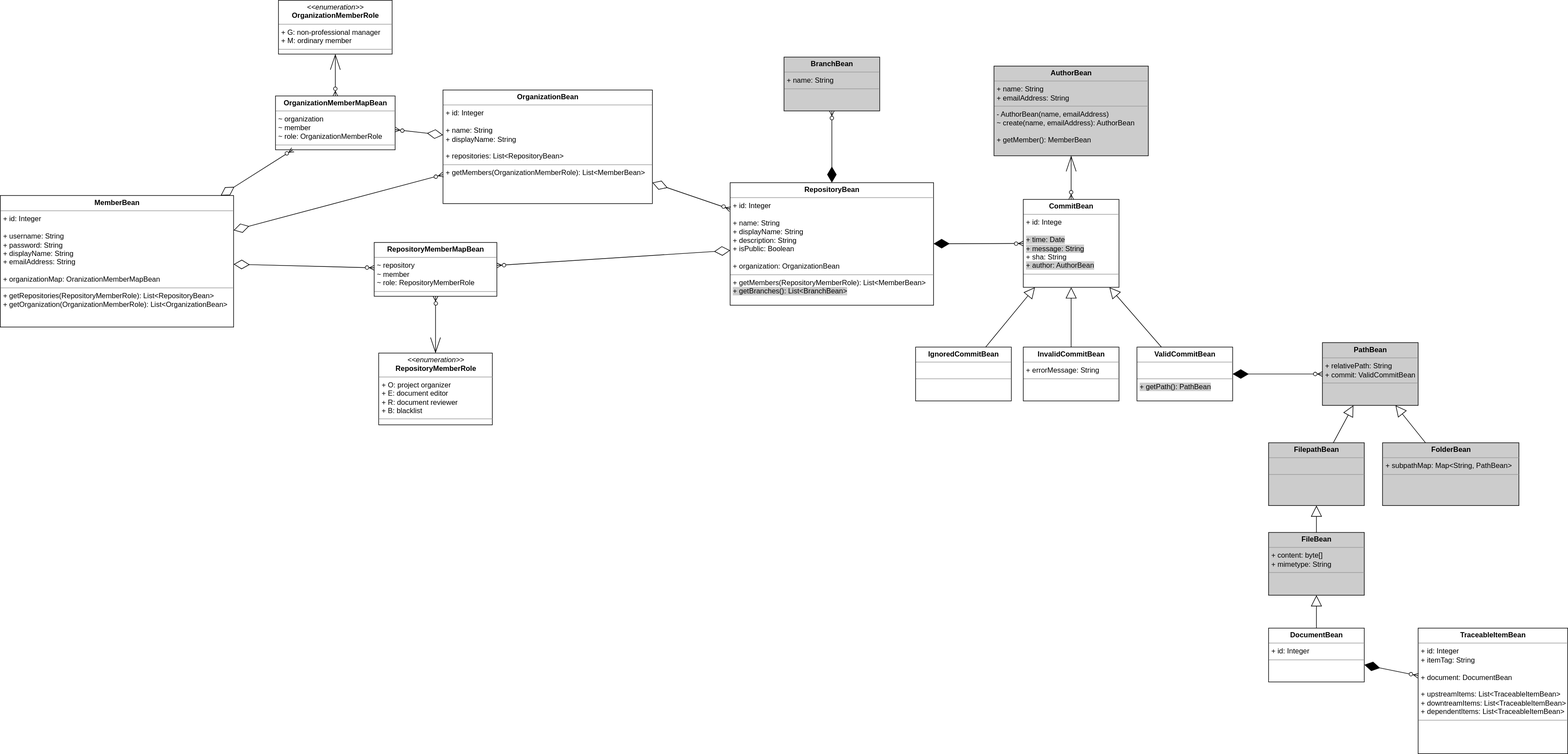
gitenter/gitenter keeps this draw.io diagram as doc/design/domain-model/domain-model.svg. Above is the earlier version. Source tidied: cells renumbered, new cells last; positions are measured from the earlier drawing's top-left corner, leaving out a move shared by most shapes.
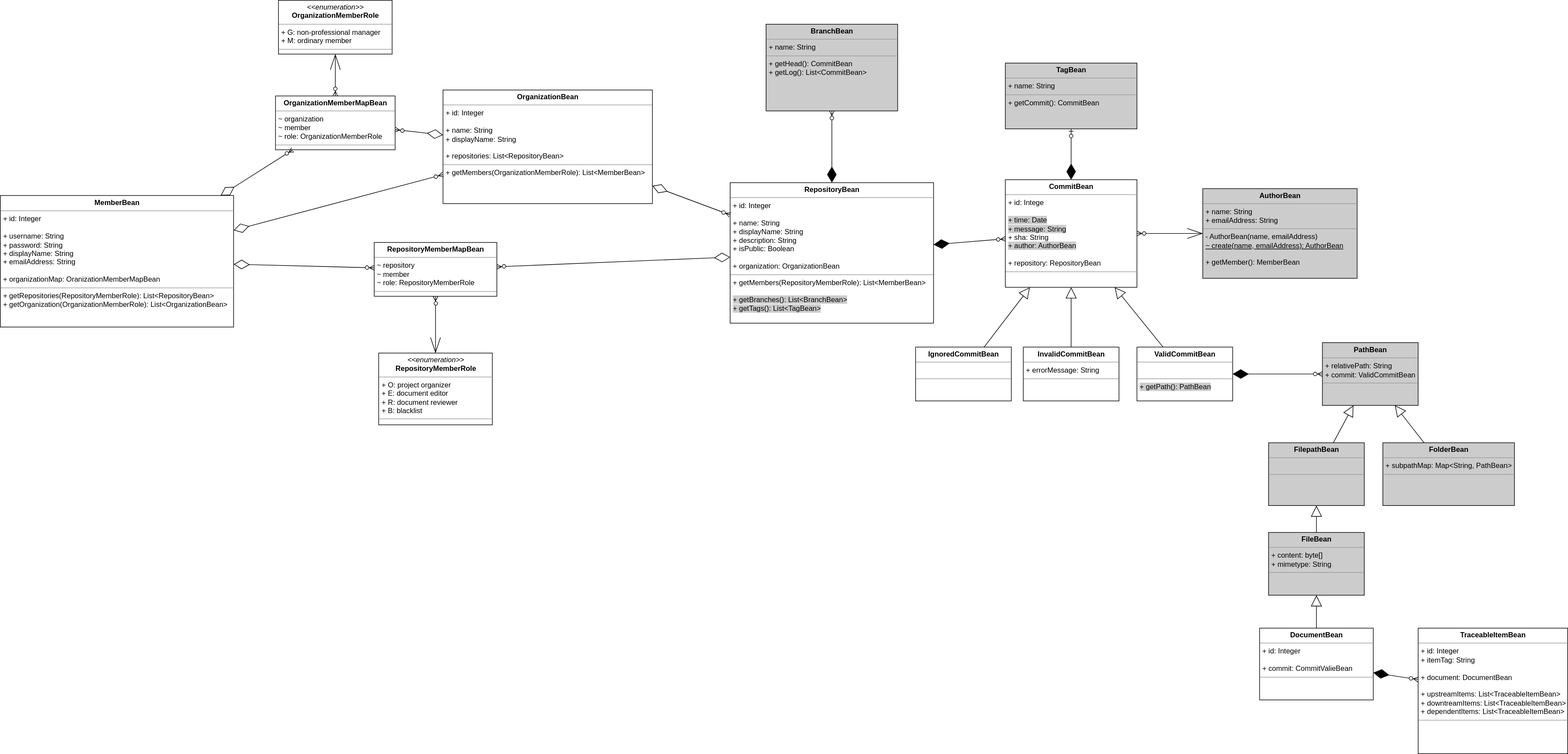
After the change.

Commit message:
Update domain model

What changed in the source:
```diff
@@ -11,8 +11,8 @@
     <mxCell id="4" value="&lt;p style=&quot;margin: 0px ; margin-top: 4px ; text-align: center&quot;&gt;&lt;b&gt;OrganizationBean&lt;/b&gt;&lt;/p&gt;&lt;hr size=&quot;1&quot;&gt;&lt;p style=&quot;margin: 0px ; margin-left: 4px&quot;&gt;+ id: Integer&lt;/p&gt;&lt;p style=&quot;margin: 0px ; margin-left: 4px&quot;&gt;&lt;br&gt;&lt;/p&gt;&lt;p style=&quot;margin: 0px ; margin-left: 4px&quot;&gt;+ name: String&lt;/p&gt;&lt;p style=&quot;margin: 0px ; margin-left: 4px&quot;&gt;+ displayName: String&lt;/p&gt;&lt;p style=&quot;margin: 0px ; margin-left: 4px&quot;&gt;&lt;br&gt;&lt;/p&gt;&lt;p style=&quot;margin: 0px ; margin-left: 4px&quot;&gt;+ repositories: List&amp;lt;RepositoryBean&amp;gt;&lt;/p&gt;&lt;hr size=&quot;1&quot;&gt;&lt;p style=&quot;margin: 0px ; margin-left: 4px&quot;&gt;+ getMembers(OrganizationMemberRole): List&amp;lt;MemberBean&amp;gt;&lt;/p&gt;" style="verticalAlign=top;align=left;overflow=fill;fontSize=12;fontFamily=Helvetica;html=1;" parent="1" vertex="1">
       <mxGeometry x="740" y="150" width="350" height="190" as="geometry" />
     </mxCell>
-    <mxCell id="5" value="&lt;p style=&quot;margin: 0px ; margin-top: 4px ; text-align: center&quot;&gt;&lt;b&gt;RepositoryBean&lt;/b&gt;&lt;/p&gt;&lt;hr size=&quot;1&quot;&gt;&lt;p style=&quot;margin: 0px ; margin-left: 4px&quot;&gt;+ id: Integer&lt;/p&gt;&lt;p style=&quot;margin: 0px ; margin-left: 4px&quot;&gt;&lt;br&gt;&lt;/p&gt;&lt;p style=&quot;margin: 0px ; margin-left: 4px&quot;&gt;+ name: String&lt;/p&gt;&lt;p style=&quot;margin: 0px ; margin-left: 4px&quot;&gt;+ displayName: String&lt;/p&gt;&lt;p style=&quot;margin: 0px ; margin-left: 4px&quot;&gt;+ description: String&lt;/p&gt;&lt;p style=&quot;margin: 0px ; margin-left: 4px&quot;&gt;+ isPublic: Boolean&lt;/p&gt;&lt;p style=&quot;margin: 0px ; margin-left: 4px&quot;&gt;&lt;br&gt;&lt;/p&gt;&lt;p style=&quot;margin: 0px ; margin-left: 4px&quot;&gt;+ organization: OrganizationBean&lt;/p&gt;&lt;hr size=&quot;1&quot;&gt;&lt;p style=&quot;margin: 0px ; margin-left: 4px&quot;&gt;+ getMembers(RepositoryMemberRole): List&amp;lt;MemberBean&amp;gt;&lt;/p&gt;&lt;p style=&quot;margin: 0px ; margin-left: 4px&quot;&gt;&lt;span style=&quot;background-color: rgb(204 , 204 , 204)&quot;&gt;+ getBranches(): List&amp;lt;BranchBean&amp;gt;&lt;/span&gt;&lt;/p&gt;" style="verticalAlign=top;align=left;overflow=fill;fontSize=12;fontFamily=Helvetica;html=1;" parent="1" vertex="1">
-      <mxGeometry x="1220" y="305" width="340" height="205" as="geometry" />
+    <mxCell id="5" value="&lt;p style=&quot;margin: 0px ; margin-top: 4px ; text-align: center&quot;&gt;&lt;b&gt;RepositoryBean&lt;/b&gt;&lt;/p&gt;&lt;hr size=&quot;1&quot;&gt;&lt;p style=&quot;margin: 0px ; margin-left: 4px&quot;&gt;+ id: Integer&lt;/p&gt;&lt;p style=&quot;margin: 0px ; margin-left: 4px&quot;&gt;&lt;br&gt;&lt;/p&gt;&lt;p style=&quot;margin: 0px ; margin-left: 4px&quot;&gt;+ name: String&lt;/p&gt;&lt;p style=&quot;margin: 0px ; margin-left: 4px&quot;&gt;+ displayName: String&lt;/p&gt;&lt;p style=&quot;margin: 0px ; margin-left: 4px&quot;&gt;+ description: String&lt;/p&gt;&lt;p style=&quot;margin: 0px ; margin-left: 4px&quot;&gt;+ isPublic: Boolean&lt;/p&gt;&lt;p style=&quot;margin: 0px ; margin-left: 4px&quot;&gt;&lt;br&gt;&lt;/p&gt;&lt;p style=&quot;margin: 0px ; margin-left: 4px&quot;&gt;+ organization: OrganizationBean&lt;/p&gt;&lt;hr size=&quot;1&quot;&gt;&lt;p style=&quot;margin: 0px ; margin-left: 4px&quot;&gt;+ getMembers(RepositoryMemberRole): List&amp;lt;MemberBean&amp;gt;&lt;/p&gt;&lt;p style=&quot;margin: 0px ; margin-left: 4px&quot;&gt;&lt;span style=&quot;background-color: rgb(204 , 204 , 204)&quot;&gt;&lt;br&gt;&lt;/span&gt;&lt;/p&gt;&lt;p style=&quot;margin: 0px ; margin-left: 4px&quot;&gt;&lt;span style=&quot;background-color: rgb(204 , 204 , 204)&quot;&gt;+ getBranches(): List&amp;lt;BranchBean&amp;gt;&lt;/span&gt;&lt;/p&gt;&lt;p style=&quot;margin: 0px ; margin-left: 4px&quot;&gt;&lt;span style=&quot;background-color: rgb(204 , 204 , 204)&quot;&gt;+ getTags(): List&amp;lt;TagBean&amp;gt;&lt;/span&gt;&lt;/p&gt;" style="verticalAlign=top;align=left;overflow=fill;fontSize=12;fontFamily=Helvetica;html=1;" parent="1" vertex="1">
+      <mxGeometry x="1220" y="305" width="340" height="235" as="geometry" />
     </mxCell>
     <mxCell id="6" value="&lt;p style=&quot;margin: 0px ; margin-top: 4px ; text-align: center&quot;&gt;&lt;b&gt;RepositoryMemberMapBean&lt;/b&gt;&lt;/p&gt;&lt;hr size=&quot;1&quot;&gt;&lt;p style=&quot;margin: 0px ; margin-left: 4px&quot;&gt;~ repository&lt;/p&gt;&lt;p style=&quot;margin: 0px ; margin-left: 4px&quot;&gt;~ member&lt;/p&gt;&lt;p style=&quot;margin: 0px ; margin-left: 4px&quot;&gt;~ role: RepositoryMemberRole&lt;/p&gt;&lt;hr size=&quot;1&quot;&gt;&lt;p style=&quot;margin: 0px ; margin-left: 4px&quot;&gt;&lt;br&gt;&lt;/p&gt;" style="verticalAlign=top;align=left;overflow=fill;fontSize=12;fontFamily=Helvetica;html=1;" parent="1" vertex="1">
       <mxGeometry x="625" y="405" width="205" height="90" as="geometry" />
@@ -23,14 +23,14 @@
     <mxCell id="8" value="&lt;p style=&quot;margin: 0px ; margin-top: 4px ; text-align: center&quot;&gt;&lt;i&gt;&amp;lt;&amp;lt;enumeration&amp;gt;&amp;gt;&lt;/i&gt;&lt;br&gt;&lt;b&gt;OrganizationMemberRole&lt;/b&gt;&lt;/p&gt;&lt;hr size=&quot;1&quot;&gt;&lt;p style=&quot;margin: 0px ; margin-left: 4px&quot;&gt;+ G: non-professional manager&lt;br&gt;&lt;/p&gt;&lt;p style=&quot;margin: 0px ; margin-left: 4px&quot;&gt;+ M: ordinary member&lt;/p&gt;&lt;hr size=&quot;1&quot;&gt;&lt;p style=&quot;margin: 0px ; margin-left: 4px&quot;&gt;&lt;br&gt;&lt;/p&gt;" style="verticalAlign=top;align=left;overflow=fill;fontSize=12;fontFamily=Helvetica;html=1;" parent="1" vertex="1">
       <mxGeometry x="465" width="190" height="90" as="geometry" />
     </mxCell>
-    <mxCell id="9" value="&lt;p style=&quot;margin: 0px ; margin-top: 4px ; text-align: center&quot;&gt;&lt;b&gt;CommitBean&lt;/b&gt;&lt;/p&gt;&lt;hr size=&quot;1&quot;&gt;&lt;p style=&quot;margin: 0px ; margin-left: 4px&quot;&gt;&lt;span style=&quot;background-color: rgb(255 , 255 , 255)&quot;&gt;+ id: Intege&lt;/span&gt;&lt;/p&gt;&lt;p style=&quot;margin: 0px ; margin-left: 4px&quot;&gt;&lt;span style=&quot;background-color: rgb(204 , 204 , 204)&quot;&gt;&lt;br&gt;&lt;/span&gt;&lt;/p&gt;&lt;p style=&quot;margin: 0px ; margin-left: 4px&quot;&gt;&lt;span style=&quot;background-color: rgb(204 , 204 , 204)&quot;&gt;+ time: Date&lt;/span&gt;&lt;/p&gt;&lt;p style=&quot;margin: 0px ; margin-left: 4px&quot;&gt;&lt;span style=&quot;background-color: rgb(204 , 204 , 204)&quot;&gt;+ message: String&lt;/span&gt;&lt;/p&gt;&lt;p style=&quot;margin: 0px ; margin-left: 4px&quot;&gt;+ sha: String&lt;/p&gt;&lt;p style=&quot;margin: 0px ; margin-left: 4px&quot;&gt;&lt;span style=&quot;background-color: rgb(204 , 204 , 204)&quot;&gt;+ author: AuthorBean&lt;/span&gt;&lt;/p&gt;&lt;hr size=&quot;1&quot;&gt;&lt;p style=&quot;margin: 0px ; margin-left: 4px&quot;&gt;&lt;br&gt;&lt;/p&gt;" style="verticalAlign=top;align=left;overflow=fill;fontSize=12;fontFamily=Helvetica;html=1;" parent="1" vertex="1">
-      <mxGeometry x="1710" y="333" width="160" height="147" as="geometry" />
+    <mxCell id="9" value="&lt;p style=&quot;margin: 0px ; margin-top: 4px ; text-align: center&quot;&gt;&lt;b&gt;CommitBean&lt;/b&gt;&lt;/p&gt;&lt;hr size=&quot;1&quot;&gt;&lt;p style=&quot;margin: 0px ; margin-left: 4px&quot;&gt;&lt;span style=&quot;background-color: rgb(255 , 255 , 255)&quot;&gt;+ id: Intege&lt;/span&gt;&lt;/p&gt;&lt;p style=&quot;margin: 0px ; margin-left: 4px&quot;&gt;&lt;span style=&quot;background-color: rgb(204 , 204 , 204)&quot;&gt;&lt;br&gt;&lt;/span&gt;&lt;/p&gt;&lt;p style=&quot;margin: 0px ; margin-left: 4px&quot;&gt;&lt;span style=&quot;background-color: rgb(204 , 204 , 204)&quot;&gt;+ time: Date&lt;/span&gt;&lt;/p&gt;&lt;p style=&quot;margin: 0px ; margin-left: 4px&quot;&gt;&lt;span style=&quot;background-color: rgb(204 , 204 , 204)&quot;&gt;+ message: String&lt;/span&gt;&lt;/p&gt;&lt;p style=&quot;margin: 0px ; margin-left: 4px&quot;&gt;+ sha: String&lt;/p&gt;&lt;p style=&quot;margin: 0px ; margin-left: 4px&quot;&gt;&lt;span style=&quot;background-color: rgb(204 , 204 , 204)&quot;&gt;+ author: AuthorBean&lt;/span&gt;&lt;/p&gt;&lt;p style=&quot;margin: 0px ; margin-left: 4px&quot;&gt;&lt;span style=&quot;background-color: rgb(204 , 204 , 204)&quot;&gt;&lt;br&gt;&lt;/span&gt;&lt;/p&gt;&lt;p style=&quot;margin: 0px ; margin-left: 4px&quot;&gt;+ repository: RepositoryBean&amp;nbsp;&lt;/p&gt;&lt;hr size=&quot;1&quot;&gt;&lt;p style=&quot;margin: 0px ; margin-left: 4px&quot;&gt;&lt;br&gt;&lt;/p&gt;" style="verticalAlign=top;align=left;overflow=fill;fontSize=12;fontFamily=Helvetica;html=1;" parent="1" vertex="1">
+      <mxGeometry x="1680" y="300" width="220" height="180" as="geometry" />
     </mxCell>
-    <mxCell id="10" value="&lt;p style=&quot;margin: 0px ; margin-top: 4px ; text-align: center&quot;&gt;&lt;b&gt;AuthorBean&lt;/b&gt;&lt;/p&gt;&lt;hr size=&quot;1&quot;&gt;&lt;p style=&quot;margin: 0px ; margin-left: 4px&quot;&gt;&lt;span style=&quot;background-color: rgb(204 , 204 , 204)&quot;&gt;+ name: String&lt;/span&gt;&lt;/p&gt;&lt;p style=&quot;margin: 0px ; margin-left: 4px&quot;&gt;&lt;span style=&quot;background-color: rgb(204 , 204 , 204)&quot;&gt;+ emailAddress: String&lt;/span&gt;&lt;/p&gt;&lt;hr size=&quot;1&quot;&gt;&lt;p style=&quot;margin: 0px ; margin-left: 4px&quot;&gt;- AuthorBean(name, emailAddress)&lt;/p&gt;&lt;p style=&quot;margin: 0px ; margin-left: 4px&quot;&gt;~ create(name, emailAddress): AuthorBean&lt;/p&gt;&lt;p style=&quot;margin: 0px ; margin-left: 4px&quot;&gt;&lt;br&gt;&lt;/p&gt;&lt;p style=&quot;margin: 0px ; margin-left: 4px&quot;&gt;+ getMember(): MemberBean&lt;/p&gt;" style="verticalAlign=top;align=left;overflow=fill;fontSize=12;fontFamily=Helvetica;html=1;fillColor=#CCCCCC;" parent="1" vertex="1">
-      <mxGeometry x="1661" y="110" width="258" height="150" as="geometry" />
+    <mxCell id="10" value="&lt;p style=&quot;margin: 0px ; margin-top: 4px ; text-align: center&quot;&gt;&lt;b&gt;AuthorBean&lt;/b&gt;&lt;/p&gt;&lt;hr size=&quot;1&quot;&gt;&lt;p style=&quot;margin: 0px ; margin-left: 4px&quot;&gt;&lt;span style=&quot;background-color: rgb(204 , 204 , 204)&quot;&gt;+ name: String&lt;/span&gt;&lt;/p&gt;&lt;p style=&quot;margin: 0px ; margin-left: 4px&quot;&gt;&lt;span style=&quot;background-color: rgb(204 , 204 , 204)&quot;&gt;+ emailAddress: String&lt;/span&gt;&lt;/p&gt;&lt;hr size=&quot;1&quot;&gt;&lt;p style=&quot;margin: 0px ; margin-left: 4px&quot;&gt;- AuthorBean(name, emailAddress)&lt;/p&gt;&lt;p style=&quot;margin: 0px ; margin-left: 4px&quot;&gt;&lt;u&gt;~ create(name, emailAddress): AuthorBean&lt;/u&gt;&lt;/p&gt;&lt;p style=&quot;margin: 0px ; margin-left: 4px&quot;&gt;&lt;br&gt;&lt;/p&gt;&lt;p style=&quot;margin: 0px ; margin-left: 4px&quot;&gt;+ getMember(): MemberBean&lt;/p&gt;" style="verticalAlign=top;align=left;overflow=fill;fontSize=12;fontFamily=Helvetica;html=1;fillColor=#CCCCCC;" parent="1" vertex="1">
+      <mxGeometry x="2010" y="315" width="258" height="150" as="geometry" />
     </mxCell>
-    <mxCell id="11" value="&lt;p style=&quot;margin: 0px ; margin-top: 4px ; text-align: center&quot;&gt;&lt;b&gt;BranchBean&lt;/b&gt;&lt;/p&gt;&lt;hr size=&quot;1&quot;&gt;&lt;p style=&quot;margin: 0px ; margin-left: 4px&quot;&gt;+ name: String&lt;/p&gt;&lt;hr size=&quot;1&quot;&gt;&lt;p style=&quot;margin: 0px ; margin-left: 4px&quot;&gt;&lt;br&gt;&lt;/p&gt;" style="verticalAlign=top;align=left;overflow=fill;fontSize=12;fontFamily=Helvetica;html=1;fillColor=#CCCCCC;" parent="1" vertex="1">
-      <mxGeometry x="1310" y="95" width="160" height="90" as="geometry" />
+    <mxCell id="11" value="&lt;p style=&quot;margin: 0px ; margin-top: 4px ; text-align: center&quot;&gt;&lt;b&gt;BranchBean&lt;/b&gt;&lt;/p&gt;&lt;hr size=&quot;1&quot;&gt;&lt;p style=&quot;margin: 0px ; margin-left: 4px&quot;&gt;+ name: String&lt;/p&gt;&lt;hr size=&quot;1&quot;&gt;&lt;p style=&quot;margin: 0px ; margin-left: 4px&quot;&gt;+ getHead(): CommitBean&lt;/p&gt;&lt;p style=&quot;margin: 0px ; margin-left: 4px&quot;&gt;+ getLog(): List&amp;lt;CommitBean&amp;gt;&lt;/p&gt;" style="verticalAlign=top;align=left;overflow=fill;fontSize=12;fontFamily=Helvetica;html=1;fillColor=#CCCCCC;" parent="1" vertex="1">
+      <mxGeometry x="1280" y="40" width="220" height="145" as="geometry" />
     </mxCell>
     <mxCell id="12" style="endArrow=diamondThin;endFill=1;endSize=24;html=1;strokeColor=#000000;strokeWidth=1;fontSize=16;startArrow=ERzeroToMany;startFill=1;" parent="1" edge="1" source="11" target="5">
       <mxGeometry relative="1" as="geometry" />
@@ -87,7 +87,7 @@
       <mxGeometry relative="1" as="geometry" />
     </mxCell>
     <mxCell id="30" value="&lt;p style=&quot;margin: 0px ; margin-top: 4px ; text-align: center&quot;&gt;&lt;b&gt;FolderBean&lt;/b&gt;&lt;/p&gt;&lt;hr size=&quot;1&quot;&gt;&lt;p style=&quot;margin: 0px ; margin-left: 4px&quot;&gt;&lt;span style=&quot;background-color: rgb(204 , 204 , 204)&quot;&gt;+ subpathMap: Map&amp;lt;String, PathBean&amp;gt;&lt;br&gt;&lt;/span&gt;&lt;/p&gt;&lt;hr size=&quot;1&quot;&gt;&lt;p style=&quot;margin: 0px ; margin-left: 4px&quot;&gt;&lt;br&gt;&lt;/p&gt;" style="verticalAlign=top;align=left;overflow=fill;fontSize=12;fontFamily=Helvetica;html=1;fillColor=#CCCCCC;" parent="1" vertex="1">
-      <mxGeometry x="2310.5" y="740" width="228" height="105" as="geometry" />
+      <mxGeometry x="2311" y="740" width="220" height="105" as="geometry" />
     </mxCell>
     <mxCell id="31" value="&lt;p style=&quot;margin: 0px ; margin-top: 4px ; text-align: center&quot;&gt;&lt;b&gt;FilepathBean&lt;/b&gt;&lt;/p&gt;&lt;hr size=&quot;1&quot;&gt;&lt;p style=&quot;margin: 0px ; margin-left: 4px&quot;&gt;&lt;span style=&quot;background-color: rgb(204 , 204 , 204)&quot;&gt;&lt;br&gt;&lt;/span&gt;&lt;/p&gt;&lt;hr size=&quot;1&quot;&gt;&lt;p style=&quot;margin: 0px ; margin-left: 4px&quot;&gt;&lt;br&gt;&lt;/p&gt;" style="verticalAlign=top;align=left;overflow=fill;fontSize=12;fontFamily=Helvetica;html=1;fillColor=#CCCCCC;" parent="1" vertex="1">
       <mxGeometry x="2120" y="740" width="160" height="105" as="geometry" />
@@ -101,8 +101,8 @@
     <mxCell id="34" value="&lt;p style=&quot;margin: 0px ; margin-top: 4px ; text-align: center&quot;&gt;&lt;b&gt;FileBean&lt;/b&gt;&lt;/p&gt;&lt;hr size=&quot;1&quot;&gt;&lt;p style=&quot;margin: 0px ; margin-left: 4px&quot;&gt;&lt;span style=&quot;background-color: rgb(204 , 204 , 204)&quot;&gt;+ content: byte[]&lt;/span&gt;&lt;/p&gt;&lt;p style=&quot;margin: 0px ; margin-left: 4px&quot;&gt;&lt;span style=&quot;background-color: rgb(204 , 204 , 204)&quot;&gt;+ mimetype: String&lt;/span&gt;&lt;/p&gt;&lt;hr size=&quot;1&quot;&gt;&lt;p style=&quot;margin: 0px ; margin-left: 4px&quot;&gt;&lt;br&gt;&lt;/p&gt;" style="verticalAlign=top;align=left;overflow=fill;fontSize=12;fontFamily=Helvetica;html=1;fillColor=#CCCCCC;" parent="1" vertex="1">
       <mxGeometry x="2120" y="890" width="160" height="105" as="geometry" />
     </mxCell>
-    <mxCell id="35" value="&lt;p style=&quot;margin: 0px ; margin-top: 4px ; text-align: center&quot;&gt;&lt;b&gt;DocumentBean&lt;/b&gt;&lt;/p&gt;&lt;hr size=&quot;1&quot;&gt;&lt;p style=&quot;margin: 0px ; margin-left: 4px&quot;&gt;+ id: Integer&lt;/p&gt;&lt;hr size=&quot;1&quot;&gt;&lt;p style=&quot;margin: 0px ; margin-left: 4px&quot;&gt;&lt;br&gt;&lt;/p&gt;" style="verticalAlign=top;align=left;overflow=fill;fontSize=12;fontFamily=Helvetica;html=1;fillColor=#FFFFFF;" parent="1" vertex="1">
-      <mxGeometry x="2120" y="1050" width="160" height="90" as="geometry" />
+    <mxCell id="35" value="&lt;p style=&quot;margin: 0px ; margin-top: 4px ; text-align: center&quot;&gt;&lt;b&gt;DocumentBean&lt;/b&gt;&lt;/p&gt;&lt;hr size=&quot;1&quot;&gt;&lt;p style=&quot;margin: 0px ; margin-left: 4px&quot;&gt;+ id: Integer&lt;/p&gt;&lt;p style=&quot;margin: 0px ; margin-left: 4px&quot;&gt;&lt;br&gt;&lt;/p&gt;&lt;p style=&quot;margin: 0px ; margin-left: 4px&quot;&gt;+ commit: CommitValieBean&lt;/p&gt;&lt;hr size=&quot;1&quot;&gt;&lt;p style=&quot;margin: 0px ; margin-left: 4px&quot;&gt;&lt;br&gt;&lt;/p&gt;" style="verticalAlign=top;align=left;overflow=fill;fontSize=12;fontFamily=Helvetica;html=1;fillColor=#FFFFFF;" parent="1" vertex="1">
+      <mxGeometry x="2105" y="1050" width="190" height="120" as="geometry" />
     </mxCell>
     <mxCell id="36" style="endArrow=block;endSize=16;endFill=0;html=1;strokeColor=#000000;strokeWidth=1;fontSize=16;exitX=0.5;exitY=0;" parent="1" edge="1" source="34" target="31">
       <mxGeometry relative="1" as="geometry" />
@@ -119,5 +119,11 @@
     <mxCell id="40" style="endArrow=openThin;endFill=0;endSize=24;html=1;strokeColor=#000000;strokeWidth=1;fontSize=16;startArrow=ERzeroToMany;startFill=1;" parent="1" edge="1" source="9" target="10">
       <mxGeometry relative="1" as="geometry" />
     </mxCell>
+    <mxCell id="41" value="&lt;p style=&quot;margin: 0px ; margin-top: 4px ; text-align: center&quot;&gt;&lt;b&gt;TagBean&lt;/b&gt;&lt;/p&gt;&lt;hr size=&quot;1&quot;&gt;&lt;p style=&quot;margin: 0px ; margin-left: 4px&quot;&gt;+ name: String&lt;/p&gt;&lt;hr size=&quot;1&quot;&gt;&lt;p style=&quot;margin: 0px ; margin-left: 4px&quot;&gt;+ getCommit(): CommitBean&lt;/p&gt;" style="verticalAlign=top;align=left;overflow=fill;fontSize=12;fontFamily=Helvetica;html=1;fillColor=#CCCCCC;" parent="1" vertex="1">
+      <mxGeometry x="1680" y="105" width="220" height="110" as="geometry" />
+    </mxCell>
+    <mxCell id="42" style="endArrow=diamondThin;endFill=1;endSize=24;html=1;strokeColor=#000000;strokeWidth=1;fontSize=16;startArrow=ERzeroToOne;startFill=1;" parent="1" edge="1" source="41" target="9">
+      <mxGeometry relative="1" as="geometry" />
+    </mxCell>
   </root>
 </mxGraphModel>
```
